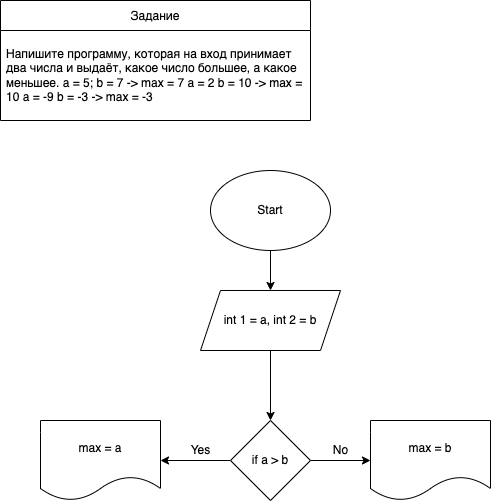
Above: Lesson1/Ex_02/Scheme.drawio.png in redan/C-_practice (draw.io), before the change. Source tidied: cells renumbered, new cells last; positions are measured from the earlier drawing's top-left corner, leaving out a move shared by most shapes. The source it was exported from:
```xml
<mxGraphModel>
  <root>
    <mxCell id="0" />
    <mxCell id="1" parent="0" />
    <mxCell id="2" value="Задание" style="swimlane;fontStyle=0;horizontal=1;startSize=30;" parent="1" vertex="1">
      <mxGeometry width="310" height="120" as="geometry" />
    </mxCell>
    <mxCell id="3" value="Напишите программу, которая на вход принимает два числа и выдаёт, какое число большее, а какое меньшее. a = 5; b = 7 -&gt; max = 7 a = 2 b = 10 -&gt; max = 10 a = -9 b = -3 -&gt; max = -3" style="text;strokeColor=none;fillColor=none;align=left;verticalAlign=middle;spacingLeft=4;spacingRight=4;overflow=hidden;whiteSpace=wrap;" parent="2" vertex="1">
      <mxGeometry y="30" width="310" height="90" as="geometry" />
    </mxCell>
    <mxCell id="4" style="edgeStyle=none;html=1;" parent="1" edge="1" source="5" target="7">
      <mxGeometry relative="1" as="geometry" />
    </mxCell>
    <mxCell id="5" value="Start" style="ellipse;whiteSpace=wrap;html=1;" parent="1" vertex="1">
      <mxGeometry x="210" y="170" width="120" height="80" as="geometry" />
    </mxCell>
    <mxCell id="6" style="edgeStyle=none;html=1;" parent="1" edge="1" source="7" target="10">
      <mxGeometry relative="1" as="geometry" />
    </mxCell>
    <mxCell id="7" value="int 1 = a, int 2 = b" style="shape=parallelogram;perimeter=parallelogramPerimeter;whiteSpace=wrap;html=1;fixedSize=1;" parent="1" vertex="1">
      <mxGeometry x="200" y="290" width="140" height="60" as="geometry" />
    </mxCell>
    <mxCell id="8" style="edgeStyle=none;html=1;" parent="1" edge="1" source="10" target="11">
      <mxGeometry relative="1" as="geometry" />
    </mxCell>
    <mxCell id="9" style="edgeStyle=none;html=1;" parent="1" edge="1" source="10" target="13">
      <mxGeometry relative="1" as="geometry" />
    </mxCell>
    <mxCell id="10" value="if a &amp;gt; b" style="rhombus;whiteSpace=wrap;html=1;" parent="1" vertex="1">
      <mxGeometry x="230" y="420" width="80" height="80" as="geometry" />
    </mxCell>
    <mxCell id="11" value="max = a" style="shape=document;whiteSpace=wrap;html=1;boundedLbl=1;" parent="1" vertex="1">
      <mxGeometry x="40" y="420" width="120" height="80" as="geometry" />
    </mxCell>
    <mxCell id="12" value="Yes" style="text;html=1;align=center;verticalAlign=middle;strokeColor=none;fillColor=none;" parent="1" vertex="1">
      <mxGeometry x="180" y="440" width="40" height="20" as="geometry" />
    </mxCell>
    <mxCell id="13" value="max = b" style="shape=document;whiteSpace=wrap;html=1;boundedLbl=1;" parent="1" vertex="1">
      <mxGeometry x="370" y="420" width="120" height="80" as="geometry" />
    </mxCell>
    <mxCell id="14" value="No" style="text;html=1;align=center;verticalAlign=middle;strokeColor=none;fillColor=none;" parent="1" vertex="1">
      <mxGeometry x="325" y="440" width="30" height="20" as="geometry" />
    </mxCell>
  </root>
</mxGraphModel>
```
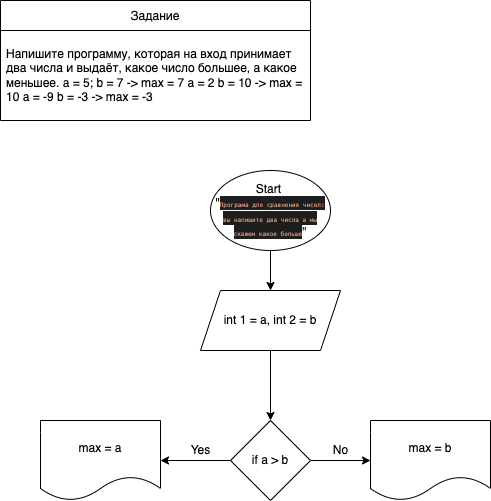
The same file after the commit.

Change to the diagram source:
```diff
@@ -11,7 +11,7 @@
     <mxCell id="4" style="edgeStyle=none;html=1;" parent="1" edge="1" source="5" target="7">
       <mxGeometry relative="1" as="geometry" />
     </mxCell>
-    <mxCell id="5" value="Start" style="ellipse;whiteSpace=wrap;html=1;" parent="1" vertex="1">
+    <mxCell id="5" value="Start&amp;nbsp;&lt;br&gt;&quot;&lt;span style=&quot;color: rgb(206 , 145 , 120) ; background-color: rgb(30 , 30 , 30) ; font-family: &amp;#34;menlo&amp;#34; , &amp;#34;monaco&amp;#34; , &amp;#34;courier new&amp;#34; , monospace&quot;&gt;&lt;font style=&quot;font-size: 6px&quot;&gt;Програма для сравнения чисел: вы напишите два числа а мы скажем какое больше&lt;/font&gt;&lt;/span&gt;&lt;span&gt;&quot;&lt;/span&gt;" style="ellipse;whiteSpace=wrap;html=1;" parent="1" vertex="1">
       <mxGeometry x="210" y="170" width="120" height="80" as="geometry" />
     </mxCell>
     <mxCell id="6" style="edgeStyle=none;html=1;" parent="1" edge="1" source="7" target="10">
```
